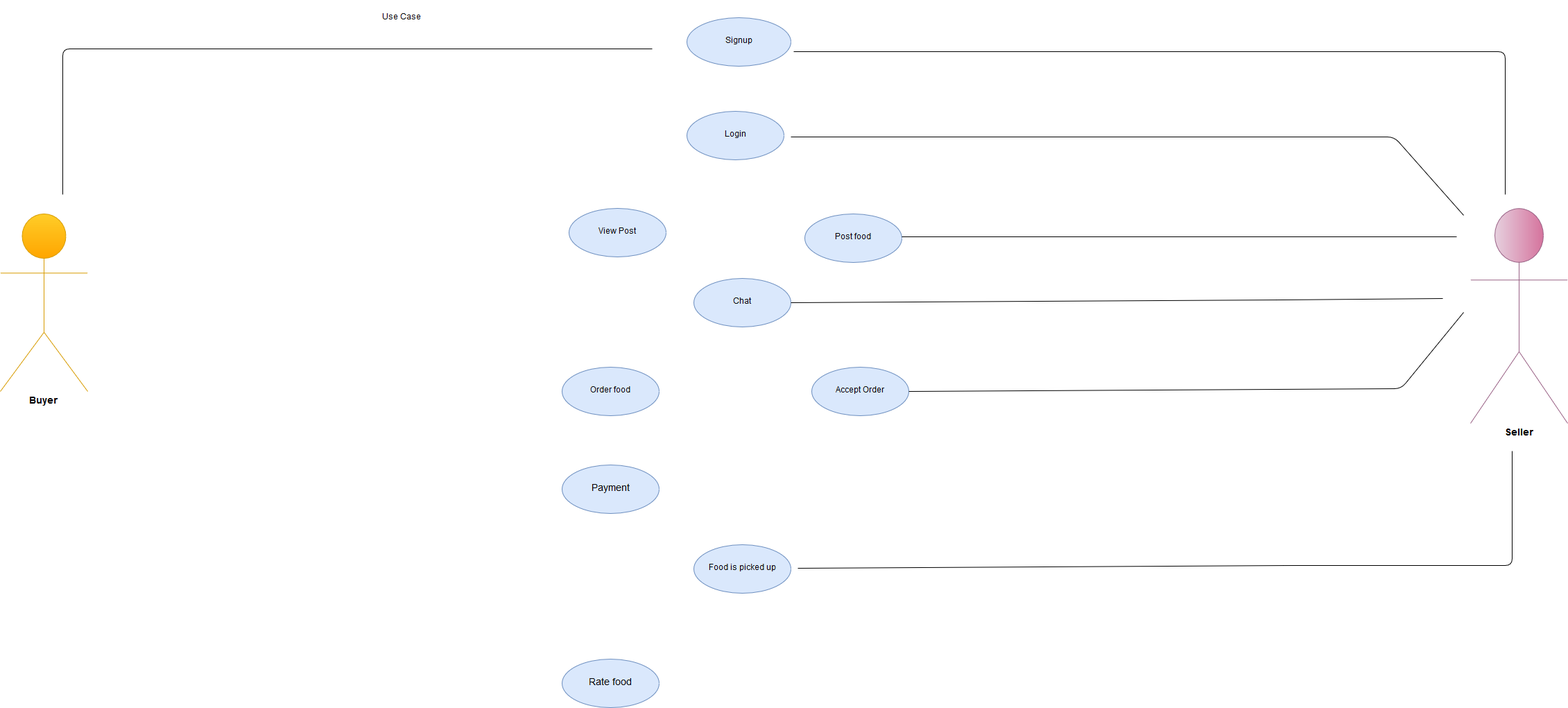
The draw.io diagram Use case.png in thandomy/foodie, before a commit. Source tidied: cells renumbered, new cells last; positions are measured from the earlier drawing's top-left corner, leaving out a move shared by most shapes.
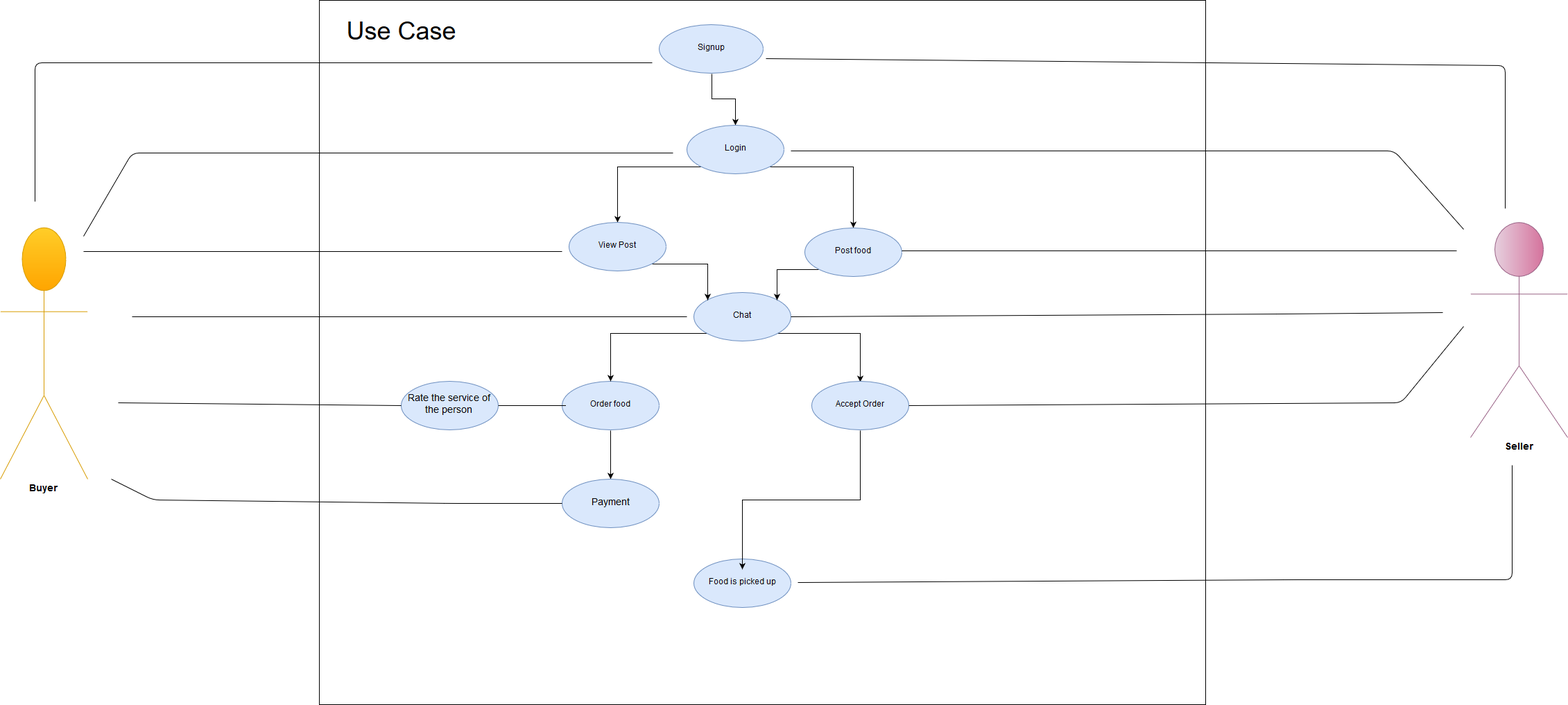
The same diagram one commit later.

The edit, as a diff of the source:
```diff
@@ -2,42 +2,74 @@
   <root>
     <mxCell id="0" />
     <mxCell id="1" parent="0" />
+    <mxCell id="22" style="rounded=0;whiteSpace=wrap;html=1;strokeWidth=1;" parent="1" vertex="1">
+      <mxGeometry x="460" y="-20" width="1278" height="1015" as="geometry" />
+    </mxCell>
     <mxCell id="2" value="Buyer" style="shape=umlActor;verticalLabelPosition=bottom;labelBackgroundColor=#ffffff;verticalAlign=top;html=1;fontSize=14;fontStyle=1;fillColor=#ffcd28;strokeColor=#d79b00;gradientColor=#ffa500;" parent="1" vertex="1">
-      <mxGeometry y="308" width="126" height="256" as="geometry" />
+      <mxGeometry y="308" width="126" height="362" as="geometry" />
     </mxCell>
+    <mxCell id="23" style="edgeStyle=orthogonalEdgeStyle;rounded=0;html=1;exitX=0.5;exitY=1;entryX=0.5;entryY=0;jettySize=auto;" parent="1" edge="1" source="3" target="9">
+      <mxGeometry relative="1" as="geometry" />
+    </mxCell>
     <mxCell id="3" value="Order food" style="ellipse;whiteSpace=wrap;html=1;fillColor=#dae8fc;strokeColor=#6c8ebf;" parent="1" vertex="1">
       <mxGeometry x="810" y="529" width="140" height="70" as="geometry" />
     </mxCell>
     <mxCell id="4" value="Food is picked up" style="ellipse;whiteSpace=wrap;html=1;fillColor=#dae8fc;strokeColor=#6c8ebf;" parent="1" vertex="1">
       <mxGeometry x="1000" y="785" width="140" height="70" as="geometry" />
     </mxCell>
+    <mxCell id="24" style="edgeStyle=orthogonalEdgeStyle;rounded=0;html=1;exitX=0.5;exitY=1;jettySize=auto;" parent="1" edge="1" source="5" target="7">
+      <mxGeometry relative="1" as="geometry" />
+    </mxCell>
     <mxCell id="5" value="Signup" style="ellipse;whiteSpace=wrap;html=1;fillColor=#dae8fc;strokeColor=#6c8ebf;" parent="1" vertex="1">
-      <mxGeometry x="990" y="25" width="150" height="70" as="geometry" />
+      <mxGeometry x="950" y="15" width="150" height="70" as="geometry" />
     </mxCell>
+    <mxCell id="25" style="edgeStyle=orthogonalEdgeStyle;rounded=0;html=1;exitX=1;exitY=1;entryX=0.5;entryY=0;jettySize=auto;" parent="1" edge="1" source="6" target="14">
+      <mxGeometry relative="1" as="geometry" />
+    </mxCell>
+    <mxCell id="26" style="edgeStyle=orthogonalEdgeStyle;rounded=0;html=1;exitX=0;exitY=1;jettySize=auto;" parent="1" edge="1" source="6" target="3">
+      <mxGeometry relative="1" as="geometry" />
+    </mxCell>
     <mxCell id="6" value="Chat" style="ellipse;whiteSpace=wrap;html=1;fillColor=#dae8fc;strokeColor=#6c8ebf;" parent="1" vertex="1">
       <mxGeometry x="1000" y="401" width="140" height="70" as="geometry" />
     </mxCell>
+    <mxCell id="27" style="edgeStyle=orthogonalEdgeStyle;rounded=0;html=1;exitX=0;exitY=1;jettySize=auto;" parent="1" edge="1" source="7" target="13">
+      <mxGeometry relative="1" as="geometry" />
+    </mxCell>
+    <mxCell id="28" style="edgeStyle=orthogonalEdgeStyle;rounded=0;html=1;exitX=1;exitY=1;entryX=0.5;entryY=0;jettySize=auto;" parent="1" edge="1" source="7" target="8">
+      <mxGeometry relative="1" as="geometry" />
+    </mxCell>
     <mxCell id="7" value="Login" style="ellipse;whiteSpace=wrap;html=1;fillColor=#dae8fc;strokeColor=#6c8ebf;" parent="1" vertex="1">
       <mxGeometry x="990" y="160" width="140" height="70" as="geometry" />
     </mxCell>
+    <mxCell id="29" style="edgeStyle=orthogonalEdgeStyle;rounded=0;html=1;exitX=0;exitY=1;entryX=1;entryY=0;jettySize=auto;" parent="1" edge="1" source="8" target="6">
+      <mxGeometry relative="1" as="geometry" />
+    </mxCell>
     <mxCell id="8" value="Post food" style="ellipse;whiteSpace=wrap;html=1;fillColor=#dae8fc;strokeColor=#6c8ebf;" parent="1" vertex="1">
       <mxGeometry x="1160" y="308" width="140" height="70" as="geometry" />
     </mxCell>
     <mxCell id="9" value="Payment" style="ellipse;whiteSpace=wrap;html=1;strokeWidth=1;fontSize=14;fillColor=#dae8fc;strokeColor=#6c8ebf;" parent="1" vertex="1">
       <mxGeometry x="810" y="670" width="140" height="70" as="geometry" />
     </mxCell>
-    <mxCell id="10" value="Rate food" style="ellipse;whiteSpace=wrap;html=1;strokeWidth=1;fontSize=14;fillColor=#dae8fc;strokeColor=#6c8ebf;" parent="1" vertex="1">
-      <mxGeometry x="810" y="950" width="140" height="70" as="geometry" />
+    <mxCell id="10" value="Rate the service of the person" style="ellipse;whiteSpace=wrap;html=1;strokeWidth=1;fontSize=14;fillColor=#dae8fc;strokeColor=#6c8ebf;" parent="1" vertex="1">
+      <mxGeometry x="578" y="529" width="140" height="70" as="geometry" />
     </mxCell>
     <mxCell id="11" value="Seller" style="shape=umlActor;verticalLabelPosition=bottom;labelBackgroundColor=#ffffff;verticalAlign=top;html=1;fontSize=14;fontStyle=1;fillColor=#e6d0de;strokeColor=#996185;gradientColor=#d5739d;gradientDirection=east;" parent="1" vertex="1">
       <mxGeometry x="2120" y="300" width="140" height="310" as="geometry" />
     </mxCell>
-    <mxCell id="12" value="Use Case" style="text;html=1;strokeColor=none;fillColor=none;align=center;verticalAlign=middle;whiteSpace=wrap;rounded=0;" parent="1" vertex="1">
+    <mxCell id="12" value="&lt;font style=&quot;font-size: 36px&quot;&gt;Use Case&lt;/font&gt;" style="text;html=1;strokeColor=none;fillColor=none;align=center;verticalAlign=middle;whiteSpace=wrap;rounded=0;" parent="1" vertex="1">
       <mxGeometry x="496" width="164" height="50" as="geometry" />
     </mxCell>
+    <mxCell id="30" style="edgeStyle=orthogonalEdgeStyle;rounded=0;html=1;exitX=1;exitY=1;entryX=0;entryY=0;jettySize=auto;" parent="1" edge="1" source="13" target="6">
+      <mxGeometry relative="1" as="geometry" />
+    </mxCell>
     <mxCell id="13" value="View Post" style="ellipse;whiteSpace=wrap;html=1;fillColor=#dae8fc;strokeColor=#6c8ebf;" parent="1" vertex="1">
       <mxGeometry x="820" y="300" width="140" height="70" as="geometry" />
     </mxCell>
+    <mxCell id="31" style="edgeStyle=orthogonalEdgeStyle;rounded=0;html=1;exitX=0.5;exitY=1;entryX=0.557;entryY=0.727;entryPerimeter=0;jettySize=auto;" parent="1" edge="1" source="14">
+      <mxGeometry relative="1" as="geometry">
+        <mxPoint x="1070" y="800" as="targetPoint" />
+      </mxGeometry>
+    </mxCell>
     <mxCell id="14" value="Accept Order" style="ellipse;whiteSpace=wrap;html=1;fillColor=#dae8fc;strokeColor=#6c8ebf;" parent="1" vertex="1">
       <mxGeometry x="1170" y="529" width="140" height="70" as="geometry" />
     </mxCell>
@@ -94,12 +126,56 @@
     </mxCell>
     <mxCell id="21" style="endArrow=none;html=1;" parent="1" edge="1">
       <mxGeometry relative="1" as="geometry">
-        <mxPoint x="90" y="280" as="sourcePoint" />
+        <mxPoint x="50" y="270" as="sourcePoint" />
         <mxPoint x="940" y="70" as="targetPoint" />
         <Array as="points">
-          <mxPoint x="90" y="70" />
+          <mxPoint x="50" y="70" />
         </Array>
       </mxGeometry>
     </mxCell>
+    <mxCell id="32" style="endArrow=none;html=1;" parent="1" edge="1">
+      <mxGeometry relative="1" as="geometry">
+        <mxPoint x="970" y="200" as="sourcePoint" />
+        <mxPoint x="120" y="320" as="targetPoint" />
+        <Array as="points">
+          <mxPoint x="190" y="200" />
+        </Array>
+      </mxGeometry>
+    </mxCell>
+    <mxCell id="33" style="endArrow=none;html=1;" parent="1" edge="1">
+      <mxGeometry relative="1" as="geometry">
+        <mxPoint x="120" y="342" as="sourcePoint" />
+        <mxPoint x="810" y="342" as="targetPoint" />
+      </mxGeometry>
+    </mxCell>
+    <mxCell id="34" style="endArrow=none;html=1;exitX=1.027;exitY=0.7;exitPerimeter=0;" parent="1" edge="1">
+      <mxGeometry relative="1" as="geometry">
+        <mxPoint x="190" y="436" as="sourcePoint" />
+        <mxPoint x="990" y="436" as="targetPoint" />
+      </mxGeometry>
+    </mxCell>
+    <mxCell id="35" style="endArrow=none;html=1;entryX=0;entryY=0.5;" parent="1" edge="1" target="10">
+      <mxGeometry relative="1" as="geometry">
+        <mxPoint x="170" y="560" as="sourcePoint" />
+      </mxGeometry>
+    </mxCell>
+    <mxCell id="36" style="endArrow=none;html=1;" parent="1" edge="1">
+      <mxGeometry relative="1" as="geometry">
+        <mxPoint x="160" y="670" as="sourcePoint" />
+        <mxPoint x="810" y="705" as="targetPoint" />
+        <Array as="points">
+          <mxPoint x="220" y="700" />
+          <mxPoint x="650" y="705" />
+        </Array>
+      </mxGeometry>
+    </mxCell>
+    <mxCell id="37" style="endArrow=none;html=1;entryX=1;entryY=0.5;" parent="1" edge="1" target="10">
+      <mxGeometry relative="1" as="geometry">
+        <mxPoint x="730" y="564" as="sourcePoint" />
+        <Array as="points">
+          <mxPoint x="820" y="564" />
+        </Array>
+      </mxGeometry>
+    </mxCell>
   </root>
 </mxGraphModel>
```
